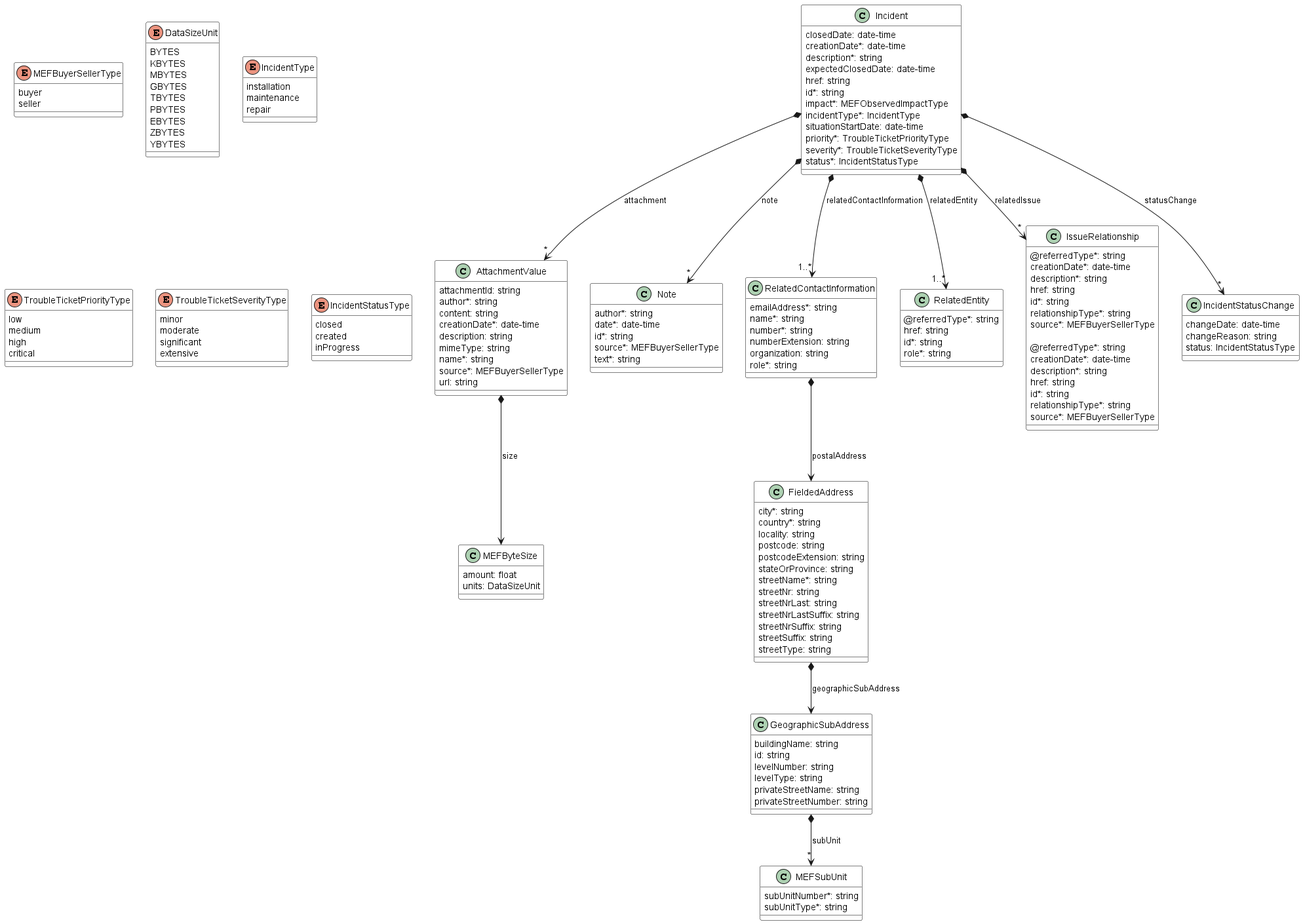
This is documentation/productApi/troubleTicket/media/useCase16IncidentModel.png from MEF-GIT/MEF-LSO-Sonata-SDK, a PlantUML export, as it was before one commit.
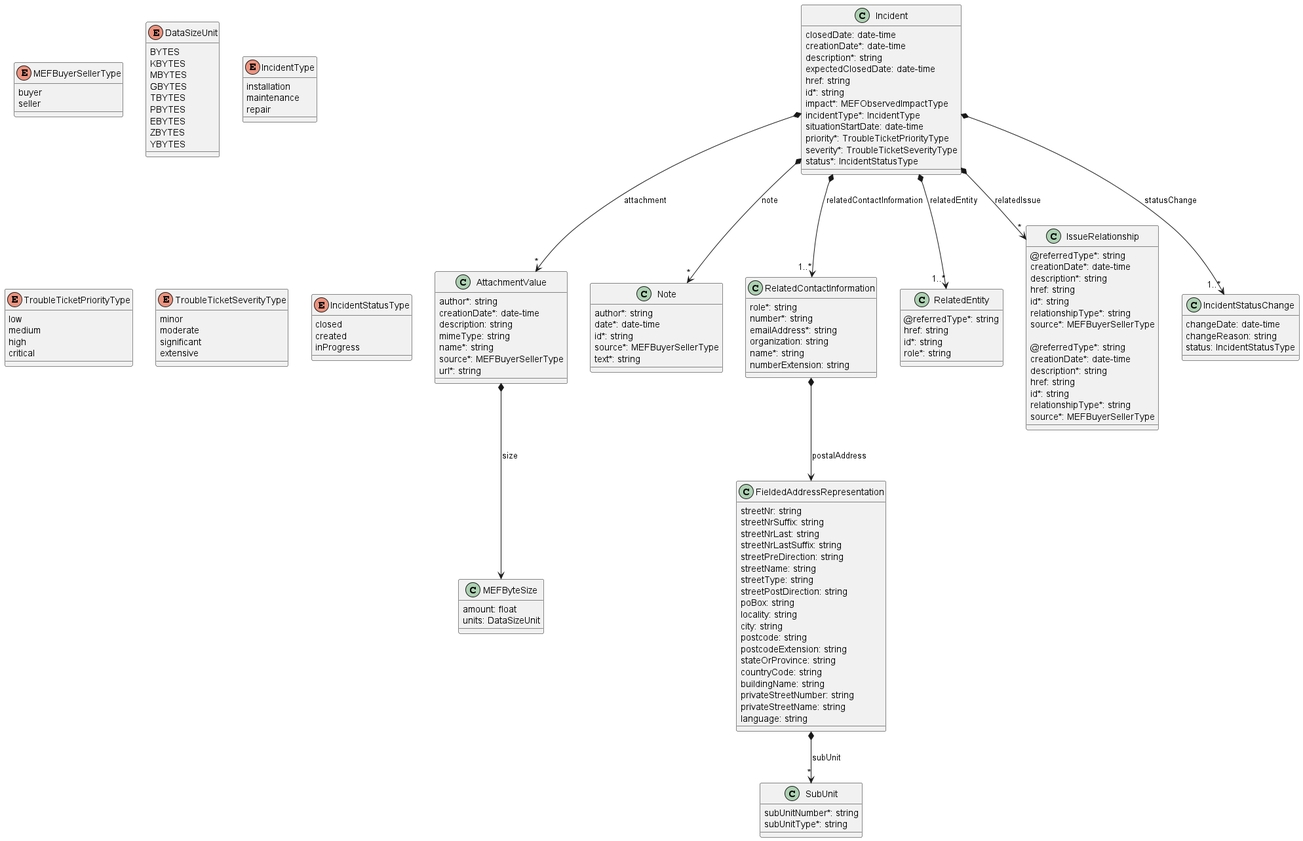
Above is the later version.

What changed in the source:
```diff
@@ -1,9 +1,4 @@
 @startuml
-skinparam {
-    ClassBackgroundColor White
-    ClassBorderColor Black
-}
-
 
 class Incident {
 
@@ -26,7 +21,7 @@
 Incident *-->"1..*" RelatedContactInformation : relatedContactInformation
 Incident *-->"1..*" RelatedEntity : relatedEntity
 Incident *-->"*" IssueRelationship : relatedIssue
-Incident *-->"*" IncidentStatusChange : statusChange
+Incident *-->"1..*" IncidentStatusChange : statusChange
 
 
 class IssueRelationship {
@@ -73,18 +68,18 @@
 
 
 
+
 class AttachmentValue {
 
-    attachmentId: string
     author*: string
-    content: string
     creationDate*: date-time
     description: string
     mimeType: string
     name*: string
     source*: MEFBuyerSellerType
-    url: string
+    url*: string
 }
+
 
 AttachmentValue *--> MEFByteSize : size
 
@@ -150,53 +145,49 @@
     created
     inProgress
 }
+
 class RelatedContactInformation {
 
+    role*: string
+    number*: string
     emailAddress*: string
+    organization: string
     name*: string
-    number*: string
     numberExtension: string
-    organization: string
-    role*: string
 }
 
-RelatedContactInformation *--> FieldedAddress : postalAddress
+RelatedContactInformation *--> FieldedAddressRepresentation : postalAddress
 
 
-class FieldedAddress {
 
-    city*: string
-    country*: string
+class FieldedAddressRepresentation {
+
+    streetNr: string
+    streetNrSuffix: string
+    streetNrLast: string
+    streetNrLastSuffix: string
+    streetPreDirection: string
+    streetName: string
+    streetType: string
+    streetPostDirection: string
+    poBox: string
     locality: string
+    city: string
     postcode: string
     postcodeExtension: string
     stateOrProvince: string
-    streetName*: string
-    streetNr: string
-    streetNrLast: string
-    streetNrLastSuffix: string
-    streetNrSuffix: string
-    streetSuffix: string
-    streetType: string
+    countryCode: string
+    buildingName: string
+    privateStreetNumber: string
+    privateStreetName: string
+    language: string
 }
 
-FieldedAddress *--> GeographicSubAddress : geographicSubAddress
-
-class GeographicSubAddress {
-
-    buildingName: string
-    id: string
-    levelNumber: string
-    levelType: string
-    privateStreetName: string
-    privateStreetNumber: string
-}
-
-GeographicSubAddress *-->"*" MEFSubUnit : subUnit
+FieldedAddressRepresentation *-->"*" SubUnit : subUnit
 
 
 
-class MEFSubUnit {
+class SubUnit {
 
     subUnitNumber*: string
     subUnitType*: string
```
